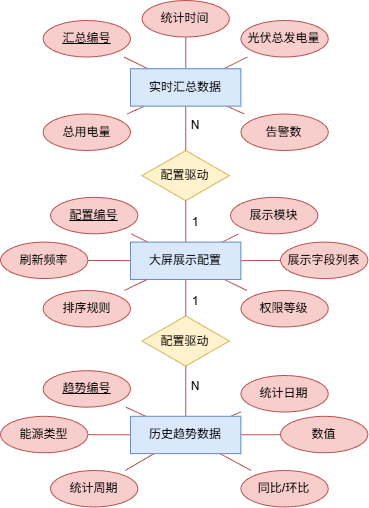
Earlier version of the draw.io export 局部、全局ER图、UML类图/大屏展示局部ER图.png (Instuel/2025-BFU-SQL). Source tidied: cells renumbered, new cells last; positions are measured from the earlier drawing's top-left corner, leaving out a move shared by most shapes.
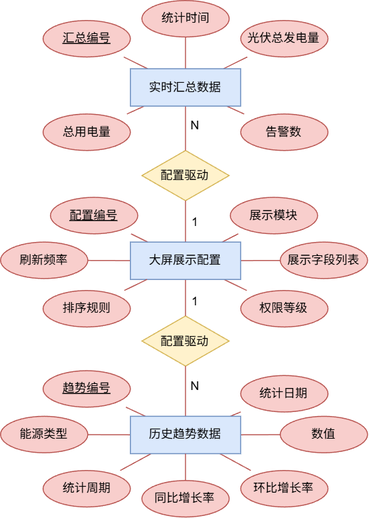
The same file after the commit.

What changed in the source:
```diff
@@ -2,12 +2,12 @@
   <root>
     <mxCell id="0" />
     <mxCell id="1" parent="0" />
-    <mxCell id="2" value="配置驱动" style="shape=rhombus;whiteSpace=wrap;html=1;align=center;verticalAlign=middle;fillColor=#fff2cc;strokeColor=#d6b656;" parent="1" vertex="1">
-      <mxGeometry x="141.5" y="150" width="87.4" height="50.2" as="geometry" />
-    </mxCell>
-    <mxCell id="3" value="配置驱动" style="shape=rhombus;whiteSpace=wrap;html=1;align=center;verticalAlign=middle;fillColor=#fff2cc;strokeColor=#d6b656;" parent="1" vertex="1">
-      <mxGeometry x="141.5" y="315.4" width="87.4" height="50.2" as="geometry" />
-    </mxCell>
+    <mxCell id="50" value="配置驱动" style="shape=rhombus;whiteSpace=wrap;html=1;align=center;verticalAlign=middle;fillColor=#fff2cc;strokeColor=#d6b656;" parent="1" vertex="1">
+      <mxGeometry x="141.5" y="150" width="87.4" height="50.2" as="geometry" />
+    </mxCell>
+    <mxCell id="51" value="配置驱动" style="shape=rhombus;whiteSpace=wrap;html=1;align=center;verticalAlign=middle;fillColor=#fff2cc;strokeColor=#d6b656;" parent="1" vertex="1">
+      <mxGeometry x="141.5" y="315.4" width="87.4" height="50.2" as="geometry" />
+    </mxCell>
     <mxCell id="4" value="&lt;u&gt;配置编号&lt;/u&gt;" style="shape=ellipse;whiteSpace=wrap;html=1;align=center;verticalAlign=middle;fillColor=#f8cecc;strokeColor=#b85450;" parent="1" vertex="1">
       <mxGeometry x="50" y="196.8" width="87.4" height="36.5" as="geometry" />
     </mxCell>
@@ -45,7 +45,7 @@
       <mxGeometry y="415.8" width="87.4" height="36.5" as="geometry" />
     </mxCell>
     <mxCell id="16" value="统计周期" style="shape=ellipse;whiteSpace=wrap;html=1;align=center;verticalAlign=middle;fillColor=#f8cecc;strokeColor=#b85450;" parent="1" vertex="1">
-      <mxGeometry x="50" y="470" width="87.4" height="36.5" as="geometry" />
+      <mxGeometry x="42.6" y="470" width="87.4" height="36.5" as="geometry" />
     </mxCell>
     <mxCell id="17" value="统计日期" style="shape=ellipse;whiteSpace=wrap;html=1;align=center;verticalAlign=middle;fillColor=#f8cecc;strokeColor=#b85450;" parent="1" vertex="1">
       <mxGeometry x="240.4" y="375" width="87.4" height="36.5" as="geometry" />
@@ -53,21 +53,21 @@
     <mxCell id="18" value="数值" style="shape=ellipse;whiteSpace=wrap;html=1;align=center;verticalAlign=middle;fillColor=#f8cecc;strokeColor=#b85450;" parent="1" vertex="1">
       <mxGeometry x="280" y="415.8" width="87.4" height="36.5" as="geometry" />
     </mxCell>
-    <mxCell id="19" value="同比/环比" style="shape=ellipse;whiteSpace=wrap;html=1;align=center;verticalAlign=middle;fillColor=#f8cecc;strokeColor=#b85450;" parent="1" vertex="1">
-      <mxGeometry x="240.4" y="470" width="87.4" height="36.5" as="geometry" />
-    </mxCell>
-    <mxCell id="20" style="endArrow=none;startArrow=none;html=1;rounded=0;fillColor=#f8cecc;strokeColor=#b85450;" parent="1" edge="1" source="41" target="2">
-      <mxGeometry relative="1" as="geometry" />
-    </mxCell>
-    <mxCell id="21" style="endArrow=none;startArrow=none;html=1;rounded=0;fillColor=#f8cecc;strokeColor=#b85450;" parent="1" edge="1" source="42" target="2">
-      <mxGeometry relative="1" as="geometry" />
-    </mxCell>
-    <mxCell id="22" style="endArrow=none;startArrow=none;html=1;rounded=0;fillColor=#f8cecc;strokeColor=#b85450;" parent="1" edge="1" source="41" target="3">
-      <mxGeometry relative="1" as="geometry" />
-    </mxCell>
-    <mxCell id="23" style="endArrow=none;startArrow=none;html=1;rounded=0;fillColor=#f8cecc;strokeColor=#b85450;" parent="1" edge="1" source="43" target="3">
-      <mxGeometry relative="1" as="geometry" />
-    </mxCell>
+    <mxCell id="52" value="环比增长率" style="shape=ellipse;whiteSpace=wrap;html=1;align=center;verticalAlign=middle;fillColor=#f8cecc;strokeColor=#b85450;" parent="1" vertex="1">
+      <mxGeometry x="240.4" y="470" width="87.4" height="36.5" as="geometry" />
+    </mxCell>
+    <mxCell id="53" style="endArrow=none;startArrow=none;html=1;rounded=0;fillColor=#f8cecc;strokeColor=#b85450;" parent="1" edge="1" source="41" target="50">
+      <mxGeometry relative="1" as="geometry" />
+    </mxCell>
+    <mxCell id="54" style="endArrow=none;startArrow=none;html=1;rounded=0;fillColor=#f8cecc;strokeColor=#b85450;" parent="1" edge="1" source="42" target="50">
+      <mxGeometry relative="1" as="geometry" />
+    </mxCell>
+    <mxCell id="55" style="endArrow=none;startArrow=none;html=1;rounded=0;fillColor=#f8cecc;strokeColor=#b85450;" parent="1" edge="1" source="41" target="51">
+      <mxGeometry relative="1" as="geometry" />
+    </mxCell>
+    <mxCell id="56" style="endArrow=none;startArrow=none;html=1;rounded=0;fillColor=#f8cecc;strokeColor=#b85450;" parent="1" edge="1" source="43" target="51">
+      <mxGeometry relative="1" as="geometry" />
+    </mxCell>
     <mxCell id="24" style="endArrow=none;startArrow=none;html=1;rounded=0;fillColor=#f8cecc;strokeColor=#b85450;" parent="1" edge="1" source="41" target="4">
       <mxGeometry relative="1" as="geometry" />
     </mxCell>
@@ -80,9 +80,9 @@
     <mxCell id="27" style="endArrow=none;startArrow=none;html=1;rounded=0;fillColor=#f8cecc;strokeColor=#b85450;" parent="1" edge="1" source="41" target="7">
       <mxGeometry relative="1" as="geometry" />
     </mxCell>
-    <mxCell id="28" style="endArrow=none;startArrow=none;html=1;rounded=0;fillColor=#f8cecc;strokeColor=#b85450;" parent="1" edge="1" source="41" target="45">
-      <mxGeometry relative="1" as="geometry" />
-    </mxCell>
+    <mxCell id="57" style="endArrow=none;startArrow=none;html=1;rounded=0;fillColor=#f8cecc;strokeColor=#b85450;" parent="1" edge="1" source="41" target="45">
+      <mxGeometry relative="1" as="geometry" />
+    </mxCell>
     <mxCell id="29" style="endArrow=none;startArrow=none;html=1;rounded=0;fillColor=#f8cecc;strokeColor=#b85450;" parent="1" edge="1" source="41" target="8">
       <mxGeometry relative="1" as="geometry" />
     </mxCell>
@@ -116,9 +116,9 @@
     <mxCell id="39" style="endArrow=none;startArrow=none;html=1;rounded=0;fillColor=#f8cecc;strokeColor=#b85450;" parent="1" edge="1" source="43" target="18">
       <mxGeometry relative="1" as="geometry" />
     </mxCell>
-    <mxCell id="40" style="endArrow=none;startArrow=none;html=1;rounded=0;fillColor=#f8cecc;strokeColor=#b85450;" parent="1" edge="1" source="43" target="19">
-      <mxGeometry relative="1" as="geometry" />
-    </mxCell>
+    <mxCell id="58" style="endArrow=none;startArrow=none;html=1;rounded=0;fillColor=#f8cecc;strokeColor=#b85450;" parent="1" edge="1" source="43" target="52">
+      <mxGeometry relative="1" as="geometry" />
+    </mxCell>
     <mxCell id="41" value="大屏展示配置" style="rounded=0;whiteSpace=wrap;html=1;align=center;verticalAlign=middle;fillColor=#dae8fc;strokeColor=#6c8ebf;" parent="1" vertex="1">
       <mxGeometry x="130" y="241.6" width="110.4" height="37.4" as="geometry" />
     </mxCell>
@@ -128,23 +128,29 @@
     <mxCell id="43" value="历史趋势数据" style="rounded=0;whiteSpace=wrap;html=1;align=center;verticalAlign=middle;fillColor=#dae8fc;strokeColor=#6c8ebf;" parent="1" vertex="1">
       <mxGeometry x="130" y="415.8" width="110.4" height="37.4" as="geometry" />
     </mxCell>
-    <mxCell id="44" style="endArrow=none;startArrow=none;html=1;rounded=0;fillColor=#f8cecc;strokeColor=#b85450;" parent="1" edge="1" source="41" target="45">
-      <mxGeometry relative="1" as="geometry" />
-    </mxCell>
+    <mxCell id="59" style="endArrow=none;startArrow=none;html=1;rounded=0;fillColor=#f8cecc;strokeColor=#b85450;" parent="1" edge="1" source="41" target="45">
+      <mxGeometry relative="1" as="geometry" />
+    </mxCell>
     <mxCell id="45" value="排序规则" style="shape=ellipse;whiteSpace=wrap;html=1;align=center;verticalAlign=middle;fillColor=#f8cecc;strokeColor=#b85450;" parent="1" vertex="1">
       <mxGeometry x="42.6" y="290" width="87.4" height="36.5" as="geometry" />
     </mxCell>
-    <mxCell id="46" value="N" style="text;html=1;align=center;verticalAlign=middle;whiteSpace=wrap;" parent="1" vertex="1">
-      <mxGeometry x="160" y="113.5" width="70" height="22" as="geometry" />
-    </mxCell>
-    <mxCell id="47" value="N" style="text;html=1;align=center;verticalAlign=middle;whiteSpace=wrap;" parent="1" vertex="1">
-      <mxGeometry x="160" y="375" width="70" height="22" as="geometry" />
-    </mxCell>
-    <mxCell id="48" value="1" style="text;html=1;align=center;verticalAlign=middle;whiteSpace=wrap;" parent="1" vertex="1">
-      <mxGeometry x="160" y="211.3" width="70" height="22" as="geometry" />
-    </mxCell>
-    <mxCell id="49" value="1" style="text;html=1;align=center;verticalAlign=middle;whiteSpace=wrap;" parent="1" vertex="1">
-      <mxGeometry x="160" y="290" width="70" height="22" as="geometry" />
-    </mxCell>
+    <mxCell id="60" value="N" style="text;html=1;align=center;verticalAlign=middle;whiteSpace=wrap;" parent="1" vertex="1">
+      <mxGeometry x="160" y="113.5" width="70" height="22" as="geometry" />
+    </mxCell>
+    <mxCell id="61" value="N" style="text;html=1;align=center;verticalAlign=middle;whiteSpace=wrap;" parent="1" vertex="1">
+      <mxGeometry x="160" y="375" width="70" height="22" as="geometry" />
+    </mxCell>
+    <mxCell id="62" value="1" style="text;html=1;align=center;verticalAlign=middle;whiteSpace=wrap;" parent="1" vertex="1">
+      <mxGeometry x="160" y="211.3" width="70" height="22" as="geometry" />
+    </mxCell>
+    <mxCell id="63" value="1" style="text;html=1;align=center;verticalAlign=middle;whiteSpace=wrap;" parent="1" vertex="1">
+      <mxGeometry x="160" y="290" width="70" height="22" as="geometry" />
+    </mxCell>
+    <mxCell id="64" value="同比增长率" style="shape=ellipse;whiteSpace=wrap;html=1;align=center;verticalAlign=middle;fillColor=#f8cecc;strokeColor=#b85450;" parent="1" vertex="1">
+      <mxGeometry x="141.5" y="480" width="87.4" height="36.5" as="geometry" />
+    </mxCell>
+    <mxCell id="65" style="endArrow=none;startArrow=none;html=1;rounded=0;fillColor=#f8cecc;strokeColor=#b85450;" parent="1" edge="1" source="43" target="64">
+      <mxGeometry relative="1" as="geometry" />
+    </mxCell>
   </root>
 </mxGraphModel>
```
